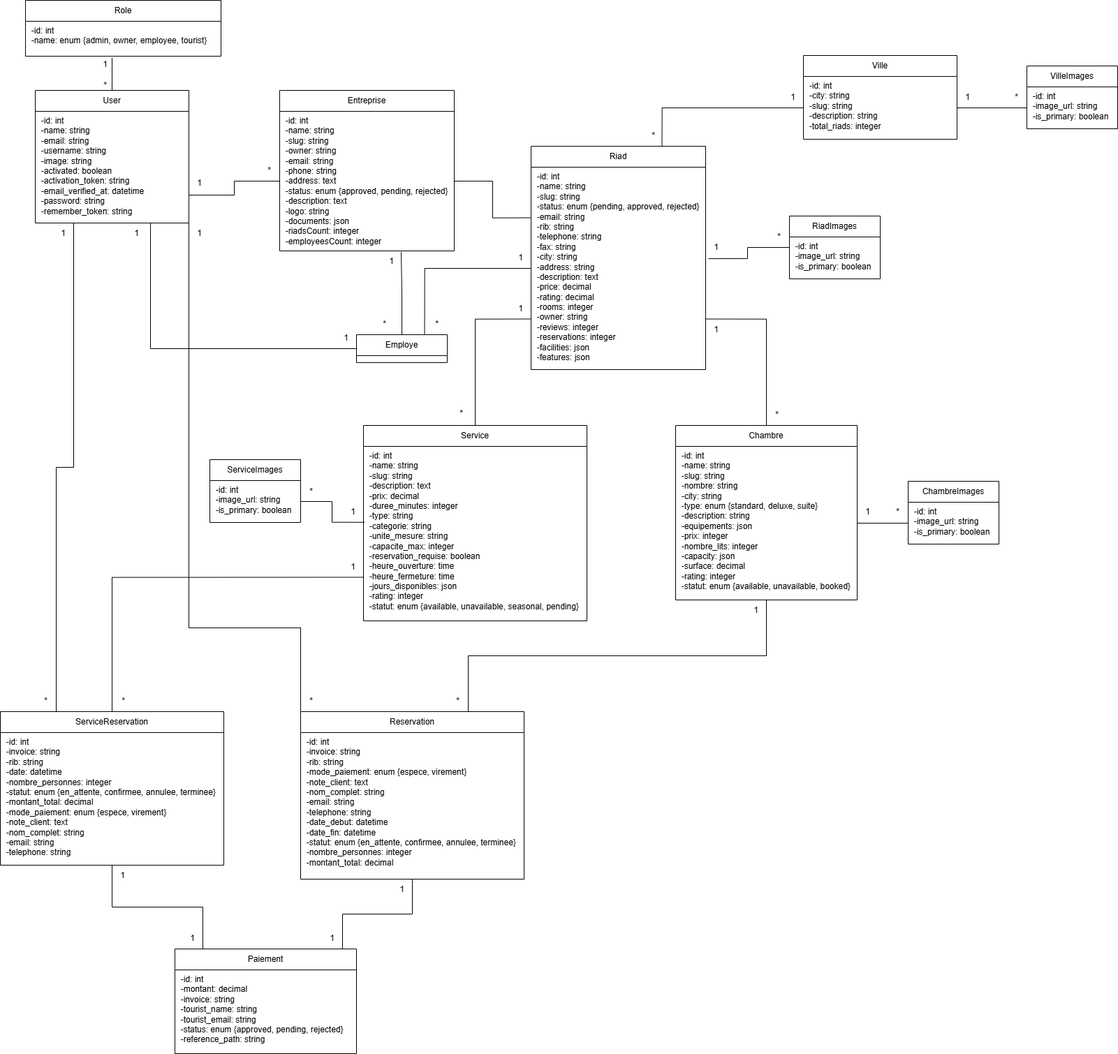
Mohammed-Ben-Cheikh/ProjectFllRouge keeps this draw.io diagram as UML/classDiagram.drawio.png. Above is the earlier version. Source tidied: cells renumbered, new cells last; positions are measured from the earlier drawing's top-left corner, leaving out a move shared by most shapes.
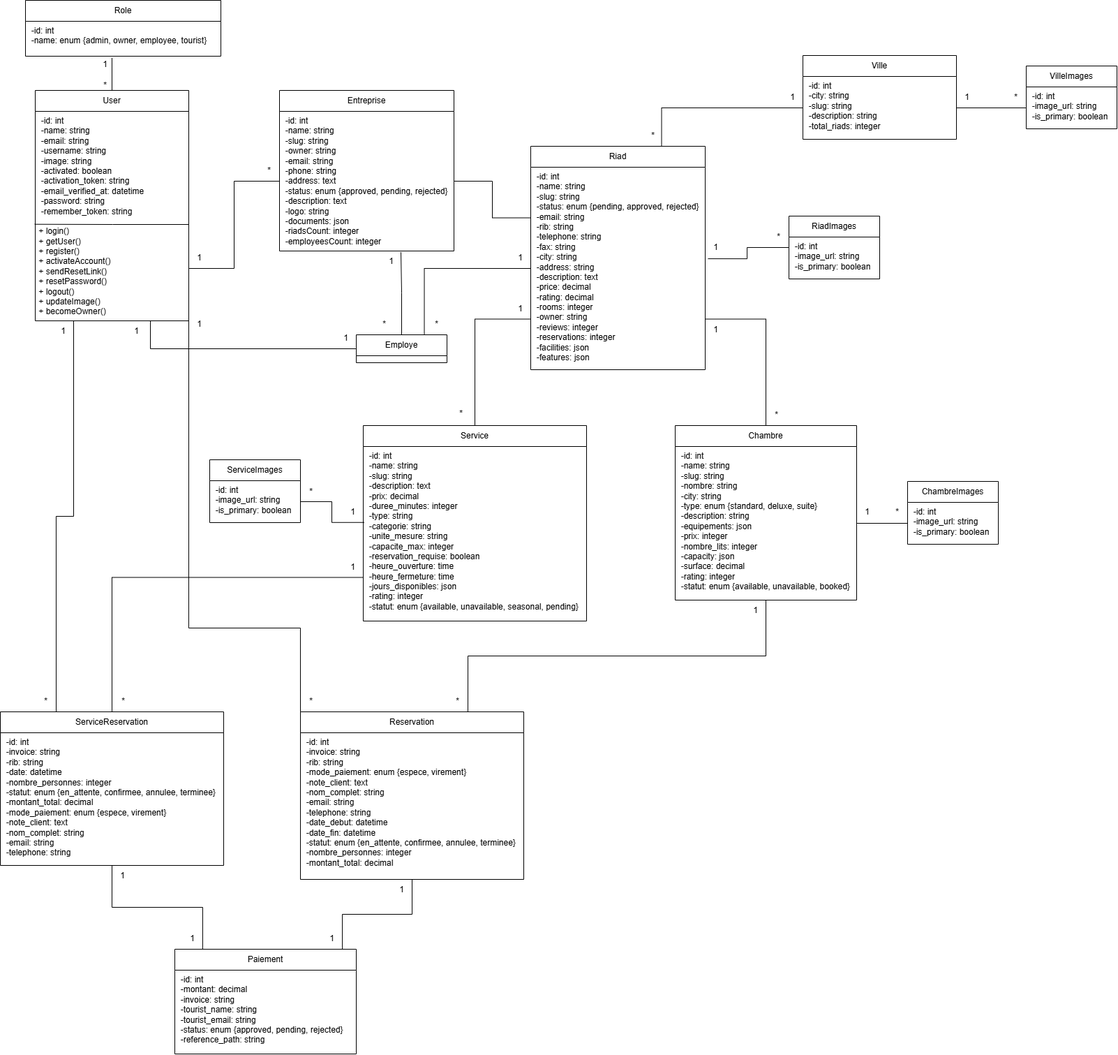
The same diagram one commit later.

Commit message:
Mettre à jour classDiagram.drawio.png

Change to the diagram source:
```diff
@@ -30,11 +30,20 @@
       <mxGeometry y="30" width="320" height="190" as="geometry" />
     </mxCell>
     <mxCell id="11" value="User" style="swimlane;fontStyle=0;horizontal=1;startSize=30;whiteSpace=wrap;html=1;" parent="1" vertex="1">
-      <mxGeometry x="50" y="129" width="220" height="190" as="geometry" />
+      <mxGeometry x="50" y="129" width="220" height="330" as="geometry" />
     </mxCell>
-    <mxCell id="12" value="  -id: int&#10;  -name: string&#10;  -email: string&#10;  -username: string&#10;  -image: string&#10;  -activated: boolean&#10;  -activation_token: string&#10;  -email_verified_at: datetime&#10;  -password: string&#10;  -remember_token: string" style="text;whiteSpace=wrap;" parent="11" vertex="1">
-      <mxGeometry y="30" width="220" height="160" as="geometry" />
+    <mxCell id="12" value="  -id: int&#10;  -name: string&#10;  -email: string&#10;  -username: string&#10;  -image: string&#10;  -activated: boolean&#10;  -activation_token: string&#10;  -email_verified_at: datetime&#10;  -password: string&#10;  -remember_token: string&#10;&#10; + login()&#10; + getUser()&#10; + register()&#10; + activateAccount()&#10; + sendResetLink()&#10; + resetPassword()&#10; + logout()&#10; + updateImage()&#10; + becomeOwner()" style="text;whiteSpace=wrap;" parent="11" vertex="1">
+      <mxGeometry y="30" width="220" height="300" as="geometry" />
     </mxCell>
+    <mxCell id="86" style="endArrow=none;html=1;rounded=0;exitX=-0.008;exitY=0.599;exitDx=0;exitDy=0;exitPerimeter=0;" parent="11" edge="1">
+      <mxGeometry relative="1" as="geometry">
+        <mxPoint x="-0.8" y="191.7" as="sourcePoint" />
+        <mxPoint x="220" y="192" as="targetPoint" />
+        <Array as="points">
+          <mxPoint x="111" y="192" />
+        </Array>
+      </mxGeometry>
+    </mxCell>
     <mxCell id="13" value="Entreprise" style="swimlane;fontStyle=0;horizontal=1;startSize=30;whiteSpace=wrap;html=1;" parent="1" vertex="1">
       <mxGeometry x="400" y="129" width="250" height="230" as="geometry" />
     </mxCell>
@@ -164,13 +173,13 @@
       <mxGeometry x="135" y="107" width="30" height="30" as="geometry" />
     </mxCell>
     <mxCell id="51" value="1" style="text;html=1;align=center;verticalAlign=middle;strokeColor=none;fillColor=none;" parent="1" vertex="1">
-      <mxGeometry x="270" y="247" width="30" height="30" as="geometry" />
+      <mxGeometry x="270" y="354" width="30" height="30" as="geometry" />
     </mxCell>
     <mxCell id="52" value="*" style="text;html=1;align=center;verticalAlign=middle;strokeColor=none;fillColor=none;" parent="1" vertex="1">
       <mxGeometry x="370" y="229" width="30" height="30" as="geometry" />
     </mxCell>
     <mxCell id="53" value="1" style="text;html=1;align=center;verticalAlign=middle;strokeColor=none;fillColor=none;" parent="1" vertex="1">
-      <mxGeometry x="180" y="319" width="30" height="30" as="geometry" />
+      <mxGeometry x="180" y="459" width="30" height="30" as="geometry" />
     </mxCell>
     <mxCell id="54" value="1" style="text;html=1;align=center;verticalAlign=middle;strokeColor=none;fillColor=none;" parent="1" vertex="1">
       <mxGeometry x="480" y="469" width="30" height="30" as="geometry" />
@@ -243,10 +252,10 @@
       <mxGeometry x="430" y="989" width="30" height="30" as="geometry" />
     </mxCell>
     <mxCell id="75" value="1" style="text;html=1;align=center;verticalAlign=middle;strokeColor=none;fillColor=none;" parent="1" vertex="1">
-      <mxGeometry x="270" y="319" width="30" height="30" as="geometry" />
+      <mxGeometry x="270" y="449" width="30" height="30" as="geometry" />
     </mxCell>
     <mxCell id="76" value="1" style="text;html=1;align=center;verticalAlign=middle;strokeColor=none;fillColor=none;" parent="1" vertex="1">
-      <mxGeometry x="75" y="319" width="30" height="30" as="geometry" />
+      <mxGeometry x="75" y="459" width="30" height="30" as="geometry" />
     </mxCell>
     <mxCell id="77" value="1" style="text;html=1;align=center;verticalAlign=middle;strokeColor=none;fillColor=none;" parent="1" vertex="1">
       <mxGeometry x="490" y="797" width="30" height="30" as="geometry" />
```
